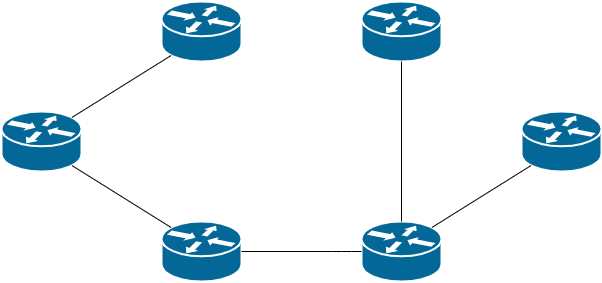
Above: Computer Networking/assets/dls_2.png in edoriggio/cs-cheatsheets (draw.io), before the change. Source tidied: cells renumbered, new cells last; positions are measured from the earlier drawing's top-left corner, leaving out a move shared by most shapes.
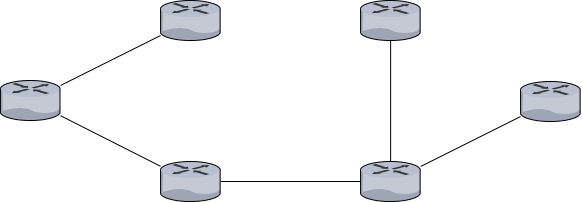
Later version of the same file.

The edit, as a diff of the source:
```diff
@@ -2,42 +2,38 @@
   <root>
     <mxCell id="0" />
     <mxCell id="1" parent="0" />
-    <mxCell id="2" style="shape=mxgraph.cisco.routers.router;html=1;dashed=0;fillColor=#036897;strokeColor=#ffffff;strokeWidth=2;verticalLabelPosition=bottom;verticalAlign=top;align=center;outlineConnect=0;" parent="1" vertex="1">
-      <mxGeometry y="110" width="80" height="60" as="geometry" />
+    <mxCell id="2" style="verticalLabelPosition=bottom;html=1;verticalAlign=top;strokeColor=none;align=center;outlineConnect=0;shape=mxgraph.citrix.router;" parent="1" vertex="1">
+      <mxGeometry x="2289.9" y="119" width="60.3" height="40" as="geometry" />
     </mxCell>
-    <mxCell id="3" style="shape=mxgraph.cisco.routers.router;html=1;dashed=0;fillColor=#036897;strokeColor=#ffffff;strokeWidth=2;verticalLabelPosition=bottom;verticalAlign=top;align=center;outlineConnect=0;" parent="1" vertex="1">
-      <mxGeometry x="160" width="80" height="60" as="geometry" />
+    <mxCell id="3" style="verticalLabelPosition=bottom;html=1;verticalAlign=top;strokeColor=none;align=center;outlineConnect=0;shape=mxgraph.citrix.router;" parent="1" vertex="1">
+      <mxGeometry x="2450" y="39" width="60.3" height="40" as="geometry" />
     </mxCell>
-    <mxCell id="4" style="shape=mxgraph.cisco.routers.router;html=1;dashed=0;fillColor=#036897;strokeColor=#ffffff;strokeWidth=2;verticalLabelPosition=bottom;verticalAlign=top;align=center;outlineConnect=0;" parent="1" vertex="1">
-      <mxGeometry x="160" y="220" width="80" height="60" as="geometry" />
+    <mxCell id="4" style="verticalLabelPosition=bottom;html=1;verticalAlign=top;strokeColor=none;align=center;outlineConnect=0;shape=mxgraph.citrix.router;" parent="1" vertex="1">
+      <mxGeometry x="2450" y="200" width="60.3" height="40" as="geometry" />
     </mxCell>
-    <mxCell id="5" style="shape=mxgraph.cisco.routers.router;html=1;dashed=0;fillColor=#036897;strokeColor=#ffffff;strokeWidth=2;verticalLabelPosition=bottom;verticalAlign=top;align=center;outlineConnect=0;" parent="1" vertex="1">
-      <mxGeometry x="360" y="220" width="80" height="60" as="geometry" />
+    <mxCell id="5" style="verticalLabelPosition=bottom;html=1;verticalAlign=top;strokeColor=none;align=center;outlineConnect=0;shape=mxgraph.citrix.router;" parent="1" vertex="1">
+      <mxGeometry x="2650" y="39" width="60.3" height="40" as="geometry" />
     </mxCell>
-    <mxCell id="6" style="shape=mxgraph.cisco.routers.router;html=1;dashed=0;fillColor=#036897;strokeColor=#ffffff;strokeWidth=2;verticalLabelPosition=bottom;verticalAlign=top;align=center;outlineConnect=0;" parent="1" vertex="1">
-      <mxGeometry x="360" width="80" height="60" as="geometry" />
+    <mxCell id="6" style="verticalLabelPosition=bottom;html=1;verticalAlign=top;strokeColor=none;align=center;outlineConnect=0;shape=mxgraph.citrix.router;" parent="1" vertex="1">
+      <mxGeometry x="2650" y="200" width="60.3" height="40" as="geometry" />
     </mxCell>
-    <mxCell id="7" style="shape=mxgraph.cisco.routers.router;html=1;dashed=0;fillColor=#036897;strokeColor=#ffffff;strokeWidth=2;verticalLabelPosition=bottom;verticalAlign=top;align=center;outlineConnect=0;" parent="1" vertex="1">
-      <mxGeometry x="520" y="110" width="80" height="60" as="geometry" />
+    <mxCell id="7" style="verticalLabelPosition=bottom;html=1;verticalAlign=top;strokeColor=none;align=center;outlineConnect=0;shape=mxgraph.citrix.router;" parent="1" vertex="1">
+      <mxGeometry x="2810" y="120" width="60.3" height="40" as="geometry" />
     </mxCell>
-    <mxCell id="8" style="endArrow=none;html=1;entryX=0.12;entryY=0.9;entryDx=0;entryDy=0;entryPerimeter=0;exitX=0.88;exitY=0.1;exitDx=0;exitDy=0;exitPerimeter=0;textDirection=ltr;strokeWidth=1;fillColor=#f8cecc;endFill=0;" parent="1" edge="1" source="2" target="3">
-      <mxGeometry x="120" y="560" as="geometry" />
+    <mxCell id="8" style="endArrow=none;html=1;strokeWidth=1;endFill=0;" parent="1" edge="1" source="2" target="3">
+      <mxGeometry relative="1" as="geometry" />
     </mxCell>
-    <mxCell id="9" style="endArrow=none;html=1;exitX=0.88;exitY=0.9;exitDx=0;exitDy=0;exitPerimeter=0;entryX=0.12;entryY=0.1;entryDx=0;entryDy=0;entryPerimeter=0;fillColor=#f8cecc;strokeWidth=1;endFill=0;" parent="1" edge="1" source="2" target="4">
-      <mxGeometry x="120" y="560" as="geometry" />
+    <mxCell id="9" style="endArrow=none;html=1;strokeWidth=1;endFill=0;" parent="1" edge="1" source="2" target="4">
+      <mxGeometry relative="1" as="geometry" />
     </mxCell>
-    <mxCell id="10" style="endArrow=none;html=1;exitX=1;exitY=0.5;exitDx=0;exitDy=0;exitPerimeter=0;entryX=0;entryY=0.5;entryDx=0;entryDy=0;entryPerimeter=0;strokeWidth=1;fillColor=#f8cecc;endFill=0;" parent="1" edge="1" source="4" target="5">
-      <mxGeometry x="120" y="560" as="geometry">
-        <Array as="points">
-          <mxPoint x="340" y="250" />
-        </Array>
-      </mxGeometry>
+    <mxCell id="10" style="endArrow=none;html=1;strokeWidth=1;endFill=0;" parent="1" edge="1" source="4" target="6">
+      <mxGeometry relative="1" as="geometry" />
     </mxCell>
-    <mxCell id="11" style="endArrow=none;html=1;entryX=0.5;entryY=1;entryDx=0;entryDy=0;entryPerimeter=0;exitX=0.5;exitY=0;exitDx=0;exitDy=0;exitPerimeter=0;strokeWidth=1;fillColor=#f8cecc;endFill=0;" parent="1" edge="1" source="5" target="6">
-      <mxGeometry x="120" y="560" as="geometry" />
+    <mxCell id="11" style="endArrow=none;html=1;strokeWidth=1;endFill=0;" parent="1" edge="1" source="6" target="5">
+      <mxGeometry relative="1" as="geometry" />
     </mxCell>
-    <mxCell id="12" style="endArrow=none;html=1;exitX=0.88;exitY=0.1;exitDx=0;exitDy=0;exitPerimeter=0;entryX=0.12;entryY=0.9;entryDx=0;entryDy=0;entryPerimeter=0;fillColor=#f8cecc;strokeWidth=1;endFill=0;" parent="1" edge="1" source="5" target="7">
-      <mxGeometry x="120" y="560" as="geometry" />
+    <mxCell id="12" style="endArrow=none;html=1;strokeWidth=1;endFill=0;" parent="1" edge="1" source="6" target="7">
+      <mxGeometry relative="1" as="geometry" />
     </mxCell>
   </root>
 </mxGraphModel>
```
